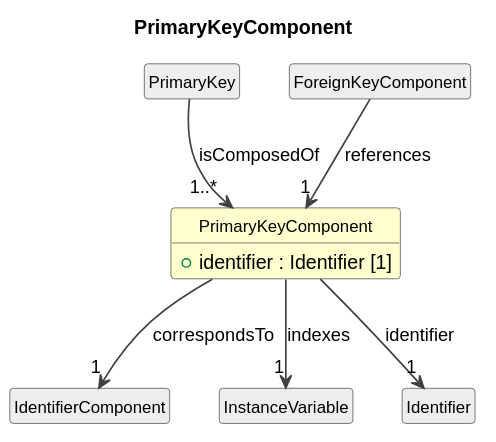
Before: cdif-uml-model/DataDescriptionWithStructure/Classes/PrimaryKeyComponent.svg, a diagram exported from PlantUML (Cross-Domain-Interoperability-Framework/metadataBuildingBlocks). Its diagram source:
```plantuml
@startuml
title PrimaryKeyComponent
hide circle
hide empty members
skinparam shadowing false
skinparam ArrowThickness 1.2
skinparam class {
  ArrowColor #404040
  BorderColor #404040
  FontSize 12
}

class "PrimaryKeyComponent" as PrimaryKeyComponent #FEFECE {
  +identifier : Identifier [1]
}
class "PrimaryKey" as PrimaryKey #EEEEEE
PrimaryKey --> "1..*" PrimaryKeyComponent : isComposedOf
class "IdentifierComponent" as IdentifierComponent #EEEEEE
PrimaryKeyComponent --> "1" IdentifierComponent : correspondsTo
class "InstanceVariable" as InstanceVariable #EEEEEE
PrimaryKeyComponent --> "1" InstanceVariable : indexes
class "ForeignKeyComponent" as ForeignKeyComponent #EEEEEE
ForeignKeyComponent --> "1" PrimaryKeyComponent : references
class "Identifier" as Identifier #EEEEEE
PrimaryKeyComponent --> "1" Identifier : identifier
@enduml
```
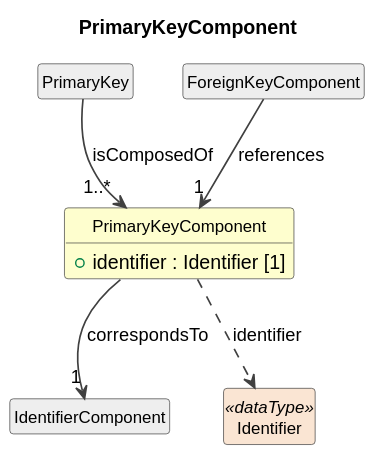
The same diagram one commit later.

The edit, as a diff of the source:
```diff
@@ -17,10 +17,8 @@
 PrimaryKey --> "1..*" PrimaryKeyComponent : isComposedOf
 class "IdentifierComponent" as IdentifierComponent #EEEEEE
 PrimaryKeyComponent --> "1" IdentifierComponent : correspondsTo
-class "InstanceVariable" as InstanceVariable #EEEEEE
-PrimaryKeyComponent --> "1" InstanceVariable : indexes
 class "ForeignKeyComponent" as ForeignKeyComponent #EEEEEE
 ForeignKeyComponent --> "1" PrimaryKeyComponent : references
-class "Identifier" as Identifier #EEEEEE
-PrimaryKeyComponent --> "1" Identifier : identifier
+class "Identifier" as Identifier <<dataType>> #FAE5D3
+PrimaryKeyComponent ..> Identifier : identifier
 @enduml
```
